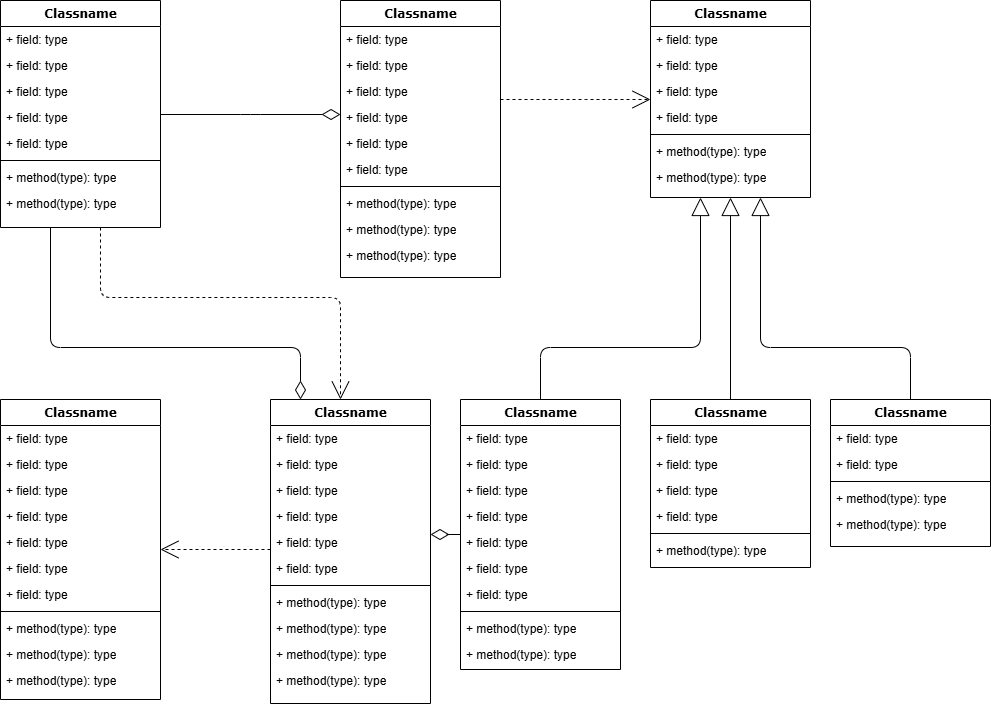
Before: Console.CodingTracker/Diagrams/Classes.drawio.png, a diagram exported from draw.io (Wolfieeex/CodeReviews.Console.CodingTracker). Source tidied: cells renumbered, new cells last; positions are measured from the earlier drawing's top-left corner, leaving out a move shared by most shapes.
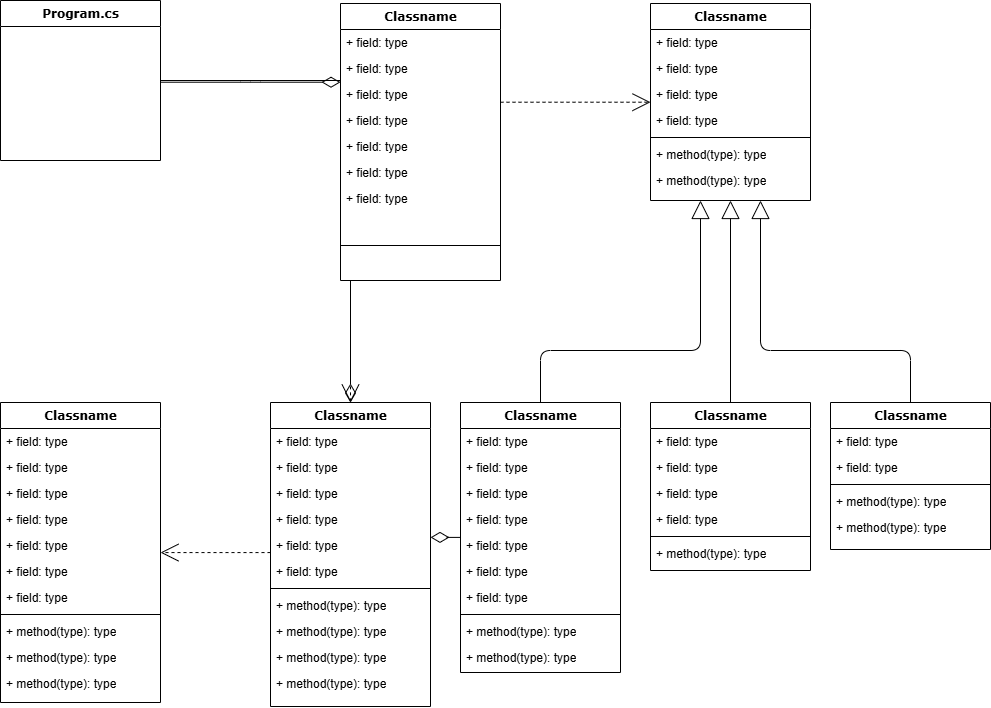
After the change.

The edit, as a diff of the source:
```diff
@@ -3,48 +3,26 @@
     <mxCell id="0" />
     <mxCell id="1" parent="0" />
     <mxCell id="2" style="edgeStyle=orthogonalEdgeStyle;html=1;labelBackgroundColor=none;startFill=0;startSize=8;endArrow=open;endFill=0;endSize=16;fontFamily=Verdana;fontSize=12;dashed=1;" parent="1" edge="1" source="4" target="47">
-      <mxGeometry relative="1" as="geometry">
-        <Array as="points">
-          <mxPoint x="100" y="297" />
-          <mxPoint x="340" y="297" />
-        </Array>
-      </mxGeometry>
+      <mxGeometry relative="1" as="geometry" />
     </mxCell>
     <mxCell id="3" style="edgeStyle=orthogonalEdgeStyle;html=1;labelBackgroundColor=none;startFill=0;startSize=8;endArrow=diamondThin;endFill=0;endSize=16;fontFamily=Verdana;fontSize=12;" parent="1" edge="1" source="4" target="47">
-      <mxGeometry relative="1" as="geometry">
-        <Array as="points">
-          <mxPoint x="50" y="347" />
-          <mxPoint x="300" y="347" />
-        </Array>
-      </mxGeometry>
+      <mxGeometry relative="1" as="geometry" />
     </mxCell>
-    <mxCell id="4" value="Classname" style="swimlane;html=1;fontStyle=1;align=center;verticalAlign=top;horizontal=1;startSize=26;swimlaneFillColor=#ffffff;rounded=0;shadow=0;comic=0;labelBackgroundColor=none;strokeWidth=1;fillColor=none;fontFamily=Verdana;fontSize=12;" parent="1" vertex="1">
-      <mxGeometry width="160" height="227" as="geometry" />
+    <mxCell id="4" value="Program.cs" style="swimlane;html=1;fontStyle=1;align=center;verticalAlign=top;horizontal=1;startSize=26;swimlaneFillColor=#ffffff;rounded=0;shadow=0;comic=0;labelBackgroundColor=none;strokeWidth=1;fillColor=none;fontFamily=Verdana;fontSize=12;swimlaneLine=1;" parent="1" vertex="1">
+      <mxGeometry y="-3" width="160" height="160" as="geometry" />
     </mxCell>
-    <mxCell id="5" value="+ field: type" style="text;html=1;strokeColor=none;fillColor=none;align=left;verticalAlign=top;spacingLeft=4;spacingRight=4;whiteSpace=wrap;overflow=hidden;" parent="4" vertex="1">
-      <mxGeometry y="26" width="160" height="26" as="geometry" />
-    </mxCell>
-    <mxCell id="6" value="+ field: type" style="text;html=1;strokeColor=none;fillColor=none;align=left;verticalAlign=top;spacingLeft=4;spacingRight=4;whiteSpace=wrap;overflow=hidden;" parent="4" vertex="1">
-      <mxGeometry y="52" width="160" height="26" as="geometry" />
-    </mxCell>
-    <mxCell id="7" value="+ field: type" style="text;html=1;strokeColor=none;fillColor=none;align=left;verticalAlign=top;spacingLeft=4;spacingRight=4;whiteSpace=wrap;overflow=hidden;" parent="4" vertex="1">
-      <mxGeometry y="78" width="160" height="26" as="geometry" />
-    </mxCell>
-    <mxCell id="8" value="+ field: type" style="text;html=1;strokeColor=none;fillColor=none;align=left;verticalAlign=top;spacingLeft=4;spacingRight=4;whiteSpace=wrap;overflow=hidden;" parent="4" vertex="1">
-      <mxGeometry y="104" width="160" height="26" as="geometry" />
-    </mxCell>
-    <mxCell id="9" value="+ field: type" style="text;html=1;strokeColor=none;fillColor=none;align=left;verticalAlign=top;spacingLeft=4;spacingRight=4;whiteSpace=wrap;overflow=hidden;" parent="4" vertex="1">
-      <mxGeometry y="130" width="160" height="26" as="geometry" />
-    </mxCell>
-    <mxCell id="10" style="line;html=1;strokeWidth=1;fillColor=none;align=left;verticalAlign=middle;spacingTop=-1;spacingLeft=3;spacingRight=3;labelPosition=right;" parent="4" vertex="1">
-      <mxGeometry y="156" width="160" height="8" as="geometry" />
-    </mxCell>
-    <mxCell id="11" value="+ method(type): type" style="text;html=1;strokeColor=none;fillColor=none;align=left;verticalAlign=top;spacingLeft=4;spacingRight=4;whiteSpace=wrap;overflow=hidden;" parent="4" vertex="1">
-      <mxGeometry y="164" width="160" height="26" as="geometry" />
-    </mxCell>
-    <mxCell id="12" value="+ method(type): type" style="text;html=1;strokeColor=none;fillColor=none;align=left;verticalAlign=top;spacingLeft=4;spacingRight=4;whiteSpace=wrap;overflow=hidden;" parent="4" vertex="1">
-      <mxGeometry y="190" width="160" height="26" as="geometry" />
-    </mxCell>
+    <mxCell id="87" style="text;html=1;strokeColor=none;fillColor=none;align=left;verticalAlign=top;spacingLeft=4;spacingRight=4;whiteSpace=wrap;overflow=hidden;" parent="4" vertex="1">
+      <mxGeometry y="26" width="160" height="26" as="geometry" />
+    </mxCell>
+    <mxCell id="88" style="text;html=1;strokeColor=none;fillColor=none;align=left;verticalAlign=top;spacingLeft=4;spacingRight=4;whiteSpace=wrap;overflow=hidden;" parent="4" vertex="1">
+      <mxGeometry y="52" width="160" height="26" as="geometry" />
+    </mxCell>
+    <mxCell id="89" style="text;html=1;strokeColor=none;fillColor=none;align=left;verticalAlign=top;spacingLeft=4;spacingRight=4;whiteSpace=wrap;overflow=hidden;" parent="4" vertex="1">
+      <mxGeometry y="78" width="160" height="26" as="geometry" />
+    </mxCell>
+    <mxCell id="90" style="text;html=1;strokeColor=none;fillColor=none;align=left;verticalAlign=top;spacingLeft=4;spacingRight=4;whiteSpace=wrap;overflow=hidden;" parent="4" vertex="1">
+      <mxGeometry y="104" width="160" height="26" as="geometry" />
+    </mxCell>
     <mxCell id="13" style="edgeStyle=elbowEdgeStyle;html=1;labelBackgroundColor=none;startFill=0;startSize=8;endArrow=open;endFill=0;endSize=16;fontFamily=Verdana;fontSize=12;elbow=vertical;dashed=1;" parent="1" edge="1" source="14" target="25">
       <mxGeometry relative="1" as="geometry" />
     </mxCell>
@@ -69,18 +47,12 @@
     <mxCell id="20" value="+ field: type" style="text;html=1;strokeColor=none;fillColor=none;align=left;verticalAlign=top;spacingLeft=4;spacingRight=4;whiteSpace=wrap;overflow=hidden;" parent="14" vertex="1">
       <mxGeometry y="156" width="160" height="26" as="geometry" />
     </mxCell>
+    <mxCell id="91" value="+ field: type" style="text;html=1;strokeColor=none;fillColor=none;align=left;verticalAlign=top;spacingLeft=4;spacingRight=4;whiteSpace=wrap;overflow=hidden;" parent="14" vertex="1">
+      <mxGeometry y="182" width="160" height="26" as="geometry" />
+    </mxCell>
     <mxCell id="21" style="line;html=1;strokeWidth=1;fillColor=none;align=left;verticalAlign=middle;spacingTop=-1;spacingLeft=3;spacingRight=3;labelPosition=right;" parent="14" vertex="1">
-      <mxGeometry y="182" width="160" height="8" as="geometry" />
+      <mxGeometry y="208" width="160" height="68" as="geometry" />
     </mxCell>
-    <mxCell id="22" value="+ method(type): type" style="text;html=1;strokeColor=none;fillColor=none;align=left;verticalAlign=top;spacingLeft=4;spacingRight=4;whiteSpace=wrap;overflow=hidden;" parent="14" vertex="1">
-      <mxGeometry y="190" width="160" height="26" as="geometry" />
-    </mxCell>
-    <mxCell id="23" value="+ method(type): type" style="text;html=1;strokeColor=none;fillColor=none;align=left;verticalAlign=top;spacingLeft=4;spacingRight=4;whiteSpace=wrap;overflow=hidden;" parent="14" vertex="1">
-      <mxGeometry y="216" width="160" height="26" as="geometry" />
-    </mxCell>
-    <mxCell id="24" value="+ method(type): type" style="text;html=1;strokeColor=none;fillColor=none;align=left;verticalAlign=top;spacingLeft=4;spacingRight=4;whiteSpace=wrap;overflow=hidden;" parent="14" vertex="1">
-      <mxGeometry y="242" width="160" height="26" as="geometry" />
-    </mxCell>
     <mxCell id="25" value="Classname" style="swimlane;html=1;fontStyle=1;align=center;verticalAlign=top;horizontal=1;startSize=26;swimlaneFillColor=#ffffff;rounded=0;shadow=0;comic=0;labelBackgroundColor=none;strokeWidth=1;fillColor=none;fontFamily=Verdana;fontSize=12;" parent="1" vertex="1">
       <mxGeometry x="650" width="160" height="197" as="geometry" />
     </mxCell>
@@ -171,15 +143,15 @@
     <mxCell id="54" style="line;html=1;strokeWidth=1;fillColor=none;align=left;verticalAlign=middle;spacingTop=-1;spacingLeft=3;spacingRight=3;labelPosition=right;" parent="47" vertex="1">
       <mxGeometry y="182" width="160" height="8" as="geometry" />
     </mxCell>
-    <mxCell id="55" value="+ method(type): type" style="text;html=1;strokeColor=none;fillColor=none;align=left;verticalAlign=top;spacingLeft=4;spacingRight=4;whiteSpace=wrap;overflow=hidden;" parent="47" vertex="1">
-      <mxGeometry y="190" width="160" height="26" as="geometry" />
-    </mxCell>
     <mxCell id="56" value="+ method(type): type" style="text;html=1;strokeColor=none;fillColor=none;align=left;verticalAlign=top;spacingLeft=4;spacingRight=4;whiteSpace=wrap;overflow=hidden;" parent="47" vertex="1">
-      <mxGeometry y="216" width="160" height="26" as="geometry" />
+      <mxGeometry y="190" width="160" height="26" as="geometry" />
     </mxCell>
     <mxCell id="57" value="+ method(type): type" style="text;html=1;strokeColor=none;fillColor=none;align=left;verticalAlign=top;spacingLeft=4;spacingRight=4;whiteSpace=wrap;overflow=hidden;" parent="47" vertex="1">
-      <mxGeometry y="242" width="160" height="26" as="geometry" />
+      <mxGeometry y="216" width="160" height="26" as="geometry" />
     </mxCell>
+    <mxCell id="55" value="+ method(type): type" style="text;html=1;strokeColor=none;fillColor=none;align=left;verticalAlign=top;spacingLeft=4;spacingRight=4;whiteSpace=wrap;overflow=hidden;" parent="47" vertex="1">
+      <mxGeometry y="242" width="160" height="26" as="geometry" />
+    </mxCell>
     <mxCell id="58" value="+ method(type): type" style="text;html=1;strokeColor=none;fillColor=none;align=left;verticalAlign=top;spacingLeft=4;spacingRight=4;whiteSpace=wrap;overflow=hidden;" parent="47" vertex="1">
       <mxGeometry y="268" width="160" height="26" as="geometry" />
     </mxCell>
```
